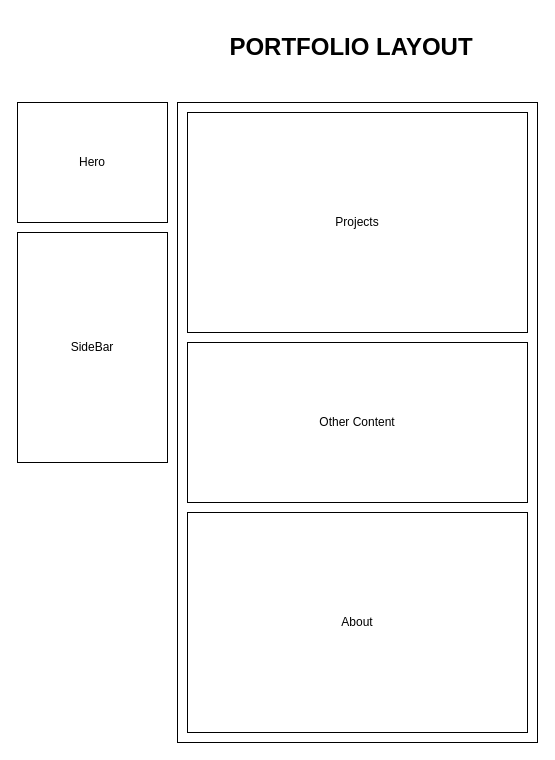
This is portfolio.drawio from dharnil/dharnil-portfolio, a draw.io file, before an edit. Source tidied: cells renumbered, new cells numbered last; positions are measured from the earlier drawing's top-left corner, leaving out a move shared by most shapes. Both pictures are drawn from the tidied source at 100%, with x=0, y=0 at pixel (17, 32).
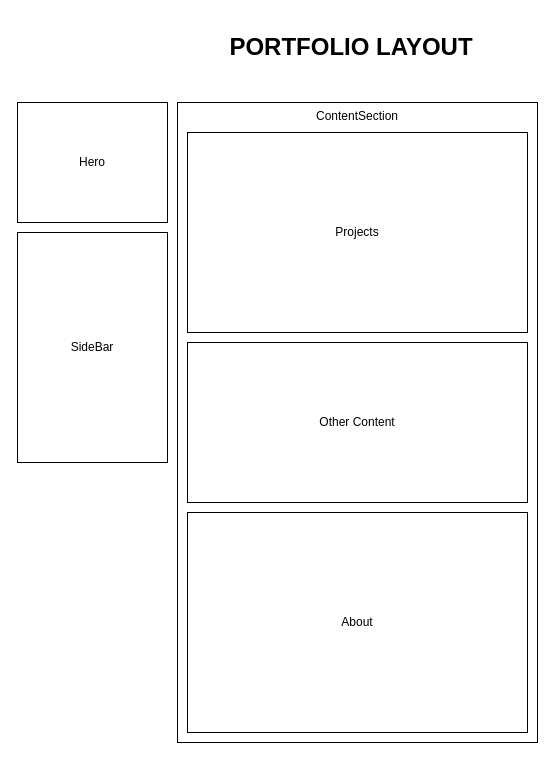
Above is the later version.

Change to the diagram source:
```diff
@@
 <mxGraphModel>
   <root>
     <mxCell id="0" />
     <mxCell id="1" parent="0" />
     <mxCell id="2" value="&lt;h1&gt;PORTFOLIO LAYOUT&lt;/h1&gt;" style="text;html=1;strokeColor=none;fillColor=none;align=center;verticalAlign=middle;whiteSpace=wrap;rounded=0;" parent="1" vertex="1">
       <mxGeometry x="211" width="246" height="30" as="geometry" />
     </mxCell>
-    <mxCell id="3" style="rounded=0;whiteSpace=wrap;html=1;" parent="1" vertex="1">
+    <mxCell id="3" value="ContentSection" style="rounded=0;whiteSpace=wrap;html=1;verticalAlign=top;" parent="1" vertex="1">
       <mxGeometry x="160" y="70" width="360" height="640" as="geometry" />
     </mxCell>
     <mxCell id="4" value="Hero" style="rounded=0;whiteSpace=wrap;html=1;" parent="1" vertex="1">
       <mxGeometry y="70" width="150" height="120" as="geometry" />
     </mxCell>
     <mxCell id="5" value="SideBar" style="rounded=0;whiteSpace=wrap;html=1;" parent="1" vertex="1">
       <mxGeometry y="200" width="150" height="230" as="geometry" />
     </mxCell>
     <mxCell id="6" value="Projects" style="rounded=0;whiteSpace=wrap;html=1;" parent="1" vertex="1">
-      <mxGeometry x="170" y="80" width="340" height="220" as="geometry" />
+      <mxGeometry x="170" y="100" width="340" height="200" as="geometry" />
     </mxCell>
     <mxCell id="7" value="Other Content" style="rounded=0;whiteSpace=wrap;html=1;" parent="1" vertex="1">
       <mxGeometry x="170" y="310" width="340" height="160" as="geometry" />
     </mxCell>
     <mxCell id="8" value="About" style="rounded=0;whiteSpace=wrap;html=1;" parent="1" vertex="1">
       <mxGeometry x="170" y="480" width="340" height="220" as="geometry" />
     </mxCell>
   </root>
 </mxGraphModel>
```
